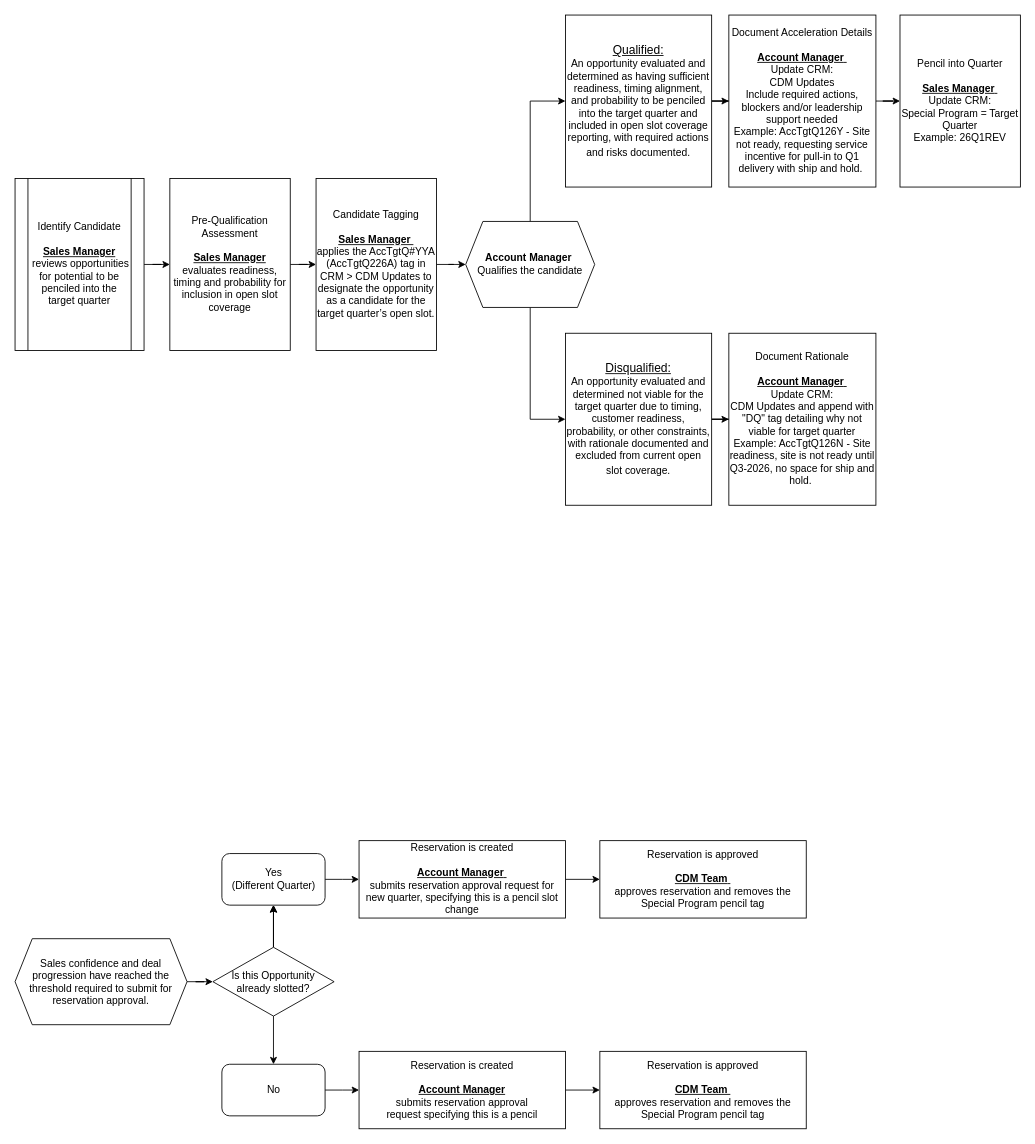
Above: page "Landscape" (2 of 3) of md/Slot Optimization Program Qualification.drawio in dclose84/Training (draw.io), before the change. Source tidied: cells renumbered, new cells numbered last; positions are measured from the earlier drawing's top-left corner, leaving out a move shared by most shapes. Both pictures are drawn from the tidied source at 86%, with x=0, y=0 at pixel (15, 15).
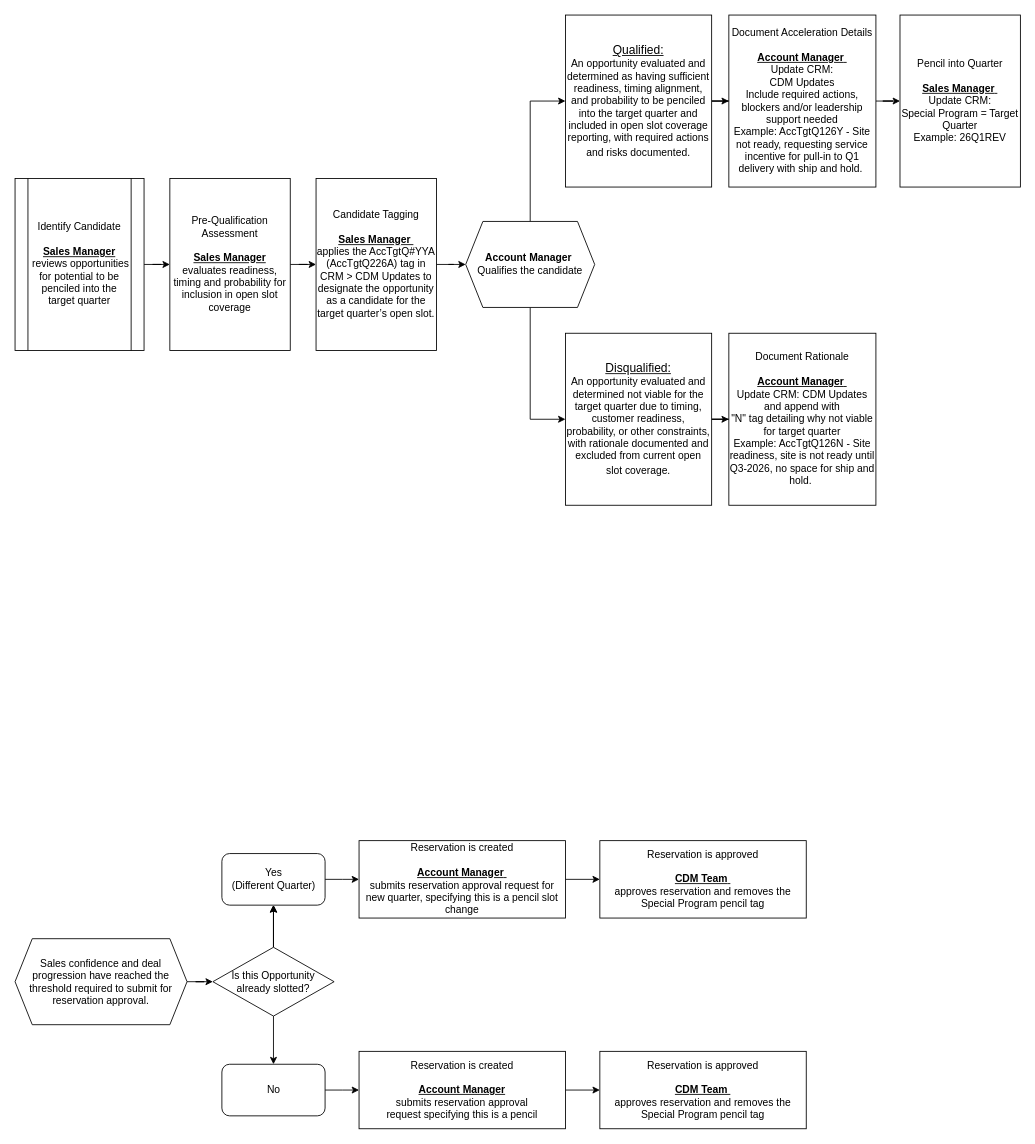
The same diagram, later.

Diff of the diagram source:
```diff
@@
-    <mxCell id="9" value="&lt;div&gt;Document Rationale&lt;/div&gt;&lt;div&gt;&lt;br&gt;&lt;/div&gt;&lt;div&gt;&lt;u&gt;&lt;b&gt;Account Manager&lt;/b&gt;&amp;nbsp;&lt;/u&gt;&lt;/div&gt;&lt;div&gt;Update CRM:&lt;/div&gt;&lt;div&gt;CDM Updates and append with &quot;DQ&quot;&amp;nbsp;tag&amp;nbsp;&lt;span style=&quot;background-color: transparent; color: light-dark(rgb(0, 0, 0), rgb(255, 255, 255));&quot;&gt;detailing why not viable for target quarter&lt;/span&gt;&lt;/div&gt;&lt;div&gt;&lt;span style=&quot;background-color: transparent; color: light-dark(rgb(0, 0, 0), rgb(255, 255, 255));&quot;&gt;Example: AccTgtQ126N - Site readiness, site is not ready until Q3-2026, no space for ship and hold.&amp;nbsp;&lt;/span&gt;&lt;/div&gt;" style="rounded=0;whiteSpace=wrap;html=1;strokeColor=default;align=center;verticalAlign=middle;fontFamily=Helvetica;fontSize=12;fontColor=default;fillColor=default;" parent="1" vertex="1">
+    <mxCell id="9" value="&lt;div&gt;Document Rationale&lt;/div&gt;&lt;div&gt;&lt;br&gt;&lt;/div&gt;&lt;div&gt;&lt;u&gt;&lt;b&gt;Account Manager&lt;/b&gt;&amp;nbsp;&lt;/u&gt;&lt;/div&gt;&lt;div&gt;Update CRM:&amp;nbsp;&lt;span style=&quot;background-color: transparent; color: light-dark(rgb(0, 0, 0), rgb(255, 255, 255));&quot;&gt;CDM Updates and append with &quot;N&quot;&amp;nbsp;tag&amp;nbsp;&lt;/span&gt;&lt;span style=&quot;background-color: transparent; color: light-dark(rgb(0, 0, 0), rgb(255, 255, 255));&quot;&gt;detailing why not viable for target quarter&lt;/span&gt;&lt;/div&gt;&lt;div&gt;&lt;span style=&quot;background-color: transparent; color: light-dark(rgb(0, 0, 0), rgb(255, 255, 255));&quot;&gt;Example: AccTgtQ126N - Site readiness, site is not ready until Q3-2026, no space for ship and hold.&amp;nbsp;&lt;/span&gt;&lt;/div&gt;" style="rounded=0;whiteSpace=wrap;html=1;strokeColor=default;align=center;verticalAlign=middle;fontFamily=Helvetica;fontSize=12;fontColor=default;fillColor=default;" parent="1" vertex="1">
       <mxGeometry x="830" y="370" width="171" height="200" as="geometry" />
     </mxCell>
```
